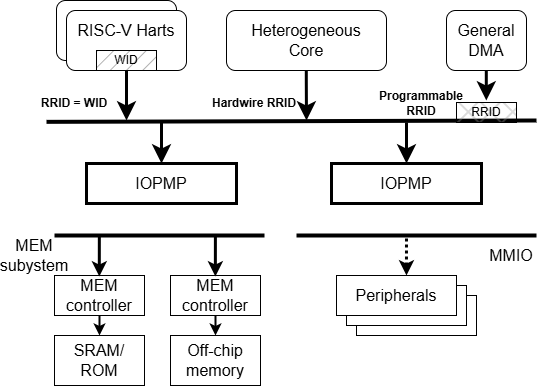
The draw.io diagram images/rrid_source_example.drawio.png in tyshyu/iopmp-spec, before a commit. Source tidied: cells renumbered, new cells last; positions are measured from the earlier drawing's top-left corner, leaving out a move shared by most shapes. Its diagram source:
```xml
<mxGraphModel>
  <root>
    <mxCell id="0" />
    <mxCell id="1" parent="0" />
    <mxCell id="2" style="edgeStyle=orthogonalEdgeStyle;rounded=0;jettySize=auto;html=1;exitX=0.5;exitY=1;exitDx=0;exitDy=0;strokeWidth=3;endArrow=classic;endFill=1;startSize=6;endSize=10;fontStyle=0;" parent="1" edge="1" source="15">
      <mxGeometry relative="1" as="geometry">
        <mxPoint x="122" y="120" as="targetPoint" />
      </mxGeometry>
    </mxCell>
    <mxCell id="3" value="&lt;font style=&quot;font-size: 16px;&quot;&gt;&lt;span&gt;Heterogeneous&lt;/span&gt;&lt;/font&gt;&lt;div&gt;&lt;font style=&quot;font-size: 16px;&quot;&gt;&lt;span&gt;Core&lt;/span&gt;&lt;/font&gt;&lt;/div&gt;" style="rounded=1;whiteSpace=wrap;html=1;fontStyle=0;" parent="1" vertex="1">
      <mxGeometry x="222" y="10" width="160" height="60" as="geometry" />
    </mxCell>
    <mxCell id="4" value="&lt;font style=&quot;font-size: 16px;&quot;&gt;&lt;span&gt;General&lt;/span&gt;&lt;/font&gt;&lt;div&gt;&lt;font style=&quot;font-size: 16px;&quot;&gt;&lt;span&gt;DMA&lt;/span&gt;&lt;/font&gt;&lt;/div&gt;" style="rounded=1;whiteSpace=wrap;html=1;fontStyle=0;" parent="1" vertex="1">
      <mxGeometry x="442" y="10" width="80" height="60" as="geometry" />
    </mxCell>
    <mxCell id="5" value="&lt;font style=&quot;font-size: 16px;&quot;&gt;Peripherals&lt;/font&gt;" style="rounded=0;whiteSpace=wrap;html=1;fontStyle=0;" parent="1" vertex="1">
      <mxGeometry x="352" y="295" width="120" height="40" as="geometry" />
    </mxCell>
    <mxCell id="6" value="&lt;font style=&quot;font-size: 16px;&quot;&gt;Peripherals&lt;/font&gt;" style="rounded=0;whiteSpace=wrap;html=1;fontStyle=0;" parent="1" vertex="1">
      <mxGeometry x="342" y="285" width="120" height="40" as="geometry" />
    </mxCell>
    <mxCell id="7" style="edgeStyle=orthogonalEdgeStyle;rounded=0;jettySize=auto;html=1;exitX=0.583;exitY=0;exitDx=0;exitDy=0;startArrow=classic;startFill=1;endArrow=none;endFill=0;strokeWidth=3;dashed=1;dashPattern=1 1;exitPerimeter=0;fontStyle=0;" parent="1" edge="1" source="8">
      <mxGeometry relative="1" as="geometry">
        <mxPoint x="402" y="235" as="targetPoint" />
      </mxGeometry>
    </mxCell>
    <mxCell id="8" value="&lt;font style=&quot;font-size: 16px;&quot;&gt;Peripherals&lt;/font&gt;" style="rounded=0;whiteSpace=wrap;html=1;fontStyle=0;" parent="1" vertex="1">
      <mxGeometry x="332" y="275" width="120" height="40" as="geometry" />
    </mxCell>
    <mxCell id="9" value="&lt;font style=&quot;font-size: 16px;&quot;&gt;MEM&lt;/font&gt;&lt;div&gt;&lt;span style=&quot;font-size: 16px;&quot;&gt;controller&lt;/span&gt;&lt;/div&gt;" style="rounded=0;whiteSpace=wrap;html=1;fontStyle=0;" parent="1" vertex="1">
      <mxGeometry x="50" y="275" width="90" height="40" as="geometry" />
    </mxCell>
    <mxCell id="10" value="&lt;span style=&quot;font-size: 16px;&quot;&gt;SRAM/&lt;/span&gt;&lt;div&gt;&lt;span style=&quot;font-size: 16px;&quot;&gt;ROM&lt;/span&gt;&lt;/div&gt;" style="rounded=0;whiteSpace=wrap;html=1;fontStyle=0;" parent="1" vertex="1">
      <mxGeometry x="50" y="335" width="90" height="50" as="geometry" />
    </mxCell>
    <mxCell id="11" value="&lt;span style=&quot;font-size: 16px;&quot;&gt;Off-chip&lt;/span&gt;&lt;div&gt;&lt;span style=&quot;font-size: 16px;&quot;&gt;memory&lt;/span&gt;&lt;/div&gt;" style="rounded=0;whiteSpace=wrap;html=1;fontStyle=0;" parent="1" vertex="1">
      <mxGeometry x="166" y="335" width="90" height="50" as="geometry" />
    </mxCell>
    <mxCell id="12" style="edgeStyle=orthogonalEdgeStyle;rounded=0;jettySize=auto;html=1;exitX=0.5;exitY=1;exitDx=0;exitDy=0;entryX=0.5;entryY=0;entryDx=0;entryDy=0;strokeWidth=2;fontStyle=0;" parent="1" edge="1" source="9" target="10">
      <mxGeometry relative="1" as="geometry" />
    </mxCell>
    <mxCell id="13" value="&lt;font style=&quot;font-size: 16px;&quot;&gt;&lt;span&gt;RISC-V Harts&lt;/span&gt;&lt;/font&gt;" style="rounded=1;whiteSpace=wrap;html=1;fontStyle=0;" parent="1" vertex="1">
      <mxGeometry x="52" width="120" height="60" as="geometry" />
    </mxCell>
    <mxCell id="14" style="edgeStyle=orthogonalEdgeStyle;rounded=0;jettySize=auto;html=1;exitX=0.5;exitY=1;exitDx=0;exitDy=0;strokeWidth=2;entryX=0.5;entryY=0;entryDx=0;entryDy=0;fontStyle=0;" parent="1" edge="1" source="20" target="11">
      <mxGeometry relative="1" as="geometry" />
    </mxCell>
    <mxCell id="15" value="&lt;font style=&quot;font-size: 16px;&quot;&gt;&lt;span&gt;RISC-V Harts&lt;/span&gt;&lt;/font&gt;&lt;div&gt;&lt;font style=&quot;font-size: 16px;&quot;&gt;&lt;span&gt;&lt;br&gt;&lt;/span&gt;&lt;/font&gt;&lt;/div&gt;" style="rounded=1;whiteSpace=wrap;html=1;fontStyle=0;" parent="1" vertex="1">
      <mxGeometry x="62" y="10" width="120" height="60" as="geometry" />
    </mxCell>
    <mxCell id="16" style="endArrow=none;startArrow=none;html=1;rounded=0;strokeWidth=4;startFill=0;endFill=0;fontStyle=0;" parent="1" edge="1">
      <mxGeometry relative="1" as="geometry">
        <mxPoint x="42" y="121.4" as="sourcePoint" />
        <mxPoint x="532" y="120" as="targetPoint" />
      </mxGeometry>
    </mxCell>
    <mxCell id="17" style="endArrow=none;startArrow=none;html=1;rounded=0;strokeWidth=4;startFill=0;endFill=0;fontStyle=0;" parent="1" edge="1">
      <mxGeometry relative="1" as="geometry">
        <mxPoint x="292" y="235" as="sourcePoint" />
        <mxPoint x="532" y="235" as="targetPoint" />
      </mxGeometry>
    </mxCell>
    <mxCell id="18" value="WID" style="rounded=0;whiteSpace=wrap;html=1;fillStyle=hatch;gradientColor=none;fillColor=#999999;fontStyle=0;" parent="1" vertex="1">
      <mxGeometry x="92" y="50" width="60" height="20" as="geometry" />
    </mxCell>
    <mxCell id="19" value="&lt;span style=&quot;font-size: 16px;&quot;&gt;MEM&lt;br&gt;subystem&lt;br&gt;&lt;/span&gt;" style="text;html=1;align=center;verticalAlign=middle;whiteSpace=wrap;rounded=0;fontStyle=0;" parent="1" vertex="1">
      <mxGeometry y="240" width="60" height="30" as="geometry" />
    </mxCell>
    <mxCell id="20" value="&lt;span style=&quot;font-size: 16px;&quot;&gt;MEM&lt;/span&gt;&lt;br&gt;&lt;div&gt;&lt;span style=&quot;font-size: 16px;&quot;&gt;controller&lt;/span&gt;&lt;/div&gt;" style="rounded=0;whiteSpace=wrap;html=1;fontStyle=0;" parent="1" vertex="1">
      <mxGeometry x="166" y="275" width="90" height="40" as="geometry" />
    </mxCell>
    <mxCell id="21" value="&lt;font style=&quot;font-size: 12px;&quot;&gt;RRID = WID&lt;/font&gt;" style="text;html=1;align=center;verticalAlign=middle;whiteSpace=wrap;rounded=0;fontStyle=1;" parent="1" vertex="1">
      <mxGeometry x="22" y="88" width="96" height="30" as="geometry" />
    </mxCell>
    <mxCell id="22" style="edgeStyle=orthogonalEdgeStyle;rounded=0;orthogonalLoop=1;jettySize=auto;html=1;exitX=0.5;exitY=1;exitDx=0;exitDy=0;strokeWidth=3;endArrow=classic;endFill=1;startSize=6;endSize=10;fontStyle=0;" parent="1" edge="1">
      <mxGeometry relative="1" as="geometry">
        <mxPoint x="301.8" y="70" as="sourcePoint" />
        <mxPoint x="302" y="120" as="targetPoint" />
        <Array as="points">
          <mxPoint x="302" y="80" />
          <mxPoint x="302" y="80" />
        </Array>
      </mxGeometry>
    </mxCell>
    <mxCell id="23" style="edgeStyle=orthogonalEdgeStyle;rounded=0;orthogonalLoop=1;jettySize=auto;html=1;exitX=0.5;exitY=1;exitDx=0;exitDy=0;strokeWidth=3;endArrow=classic;endFill=1;startSize=6;endSize=10;fontStyle=0;" parent="1" edge="1">
      <mxGeometry relative="1" as="geometry">
        <mxPoint x="481.8" y="70" as="sourcePoint" />
        <mxPoint x="481.8" y="100" as="targetPoint" />
      </mxGeometry>
    </mxCell>
    <mxCell id="24" value="&lt;span style=&quot;font-size: 16px;&quot;&gt;&lt;span&gt;IOPMP&lt;/span&gt;&lt;/span&gt;" style="rounded=0;whiteSpace=wrap;html=1;strokeWidth=3;fontStyle=0;" parent="1" vertex="1">
      <mxGeometry x="82" y="163" width="150" height="40" as="geometry" />
    </mxCell>
    <mxCell id="25" value="&lt;span style=&quot;font-size: 16px;&quot;&gt;&lt;span&gt;IOPMP&lt;/span&gt;&lt;/span&gt;" style="rounded=0;whiteSpace=wrap;html=1;strokeWidth=3;fontStyle=0;" parent="1" vertex="1">
      <mxGeometry x="327" y="163" width="150" height="40" as="geometry" />
    </mxCell>
    <mxCell id="26" style="endArrow=none;startArrow=none;html=1;rounded=0;strokeWidth=4;startFill=0;endFill=0;fontStyle=0;" parent="1" edge="1">
      <mxGeometry relative="1" as="geometry">
        <mxPoint x="50" y="235" as="sourcePoint" />
        <mxPoint x="260" y="235" as="targetPoint" />
      </mxGeometry>
    </mxCell>
    <mxCell id="27" style="edgeStyle=orthogonalEdgeStyle;rounded=0;orthogonalLoop=1;jettySize=auto;html=1;exitX=0.583;exitY=0;exitDx=0;exitDy=0;startArrow=classic;startFill=1;endArrow=none;endFill=0;strokeWidth=3;exitPerimeter=0;fontStyle=0;" parent="1" edge="1">
      <mxGeometry relative="1" as="geometry">
        <mxPoint x="210.9" y="276" as="sourcePoint" />
        <mxPoint x="210.9" y="236" as="targetPoint" />
      </mxGeometry>
    </mxCell>
    <mxCell id="28" style="edgeStyle=orthogonalEdgeStyle;rounded=0;orthogonalLoop=1;jettySize=auto;html=1;exitX=0.583;exitY=0;exitDx=0;exitDy=0;startArrow=classic;startFill=1;endArrow=none;endFill=0;strokeWidth=3;exitPerimeter=0;fontStyle=0;" parent="1" edge="1">
      <mxGeometry relative="1" as="geometry">
        <mxPoint x="94.8" y="276" as="sourcePoint" />
        <mxPoint x="94.8" y="236" as="targetPoint" />
      </mxGeometry>
    </mxCell>
    <mxCell id="29" value="&lt;font style=&quot;font-size: 16px;&quot;&gt;MMIO&lt;/font&gt;" style="text;html=1;align=center;verticalAlign=middle;whiteSpace=wrap;rounded=0;fontStyle=0;" parent="1" vertex="1">
      <mxGeometry x="477" y="240" width="60" height="30" as="geometry" />
    </mxCell>
    <mxCell id="30" value="RRID" style="rounded=0;whiteSpace=wrap;html=1;fillStyle=cross-hatch;gradientColor=none;fillColor=#999999;fontStyle=0;" parent="1" vertex="1">
      <mxGeometry x="452" y="102" width="60" height="20" as="geometry" />
    </mxCell>
    <mxCell id="31" style="edgeStyle=orthogonalEdgeStyle;rounded=0;jettySize=auto;html=1;strokeWidth=3;endArrow=classic;endFill=1;startSize=6;endSize=10;entryX=0.5;entryY=0;entryDx=0;entryDy=0;fontStyle=0;" parent="1" edge="1" target="24">
      <mxGeometry relative="1" as="geometry">
        <mxPoint x="157" y="122" as="sourcePoint" />
        <Array as="points">
          <mxPoint x="157" y="130" />
          <mxPoint x="157" y="130" />
        </Array>
      </mxGeometry>
    </mxCell>
    <mxCell id="32" style="edgeStyle=orthogonalEdgeStyle;rounded=0;orthogonalLoop=1;jettySize=auto;html=1;strokeWidth=3;endArrow=classic;endFill=1;startSize=6;endSize=10;entryX=0.5;entryY=0;entryDx=0;entryDy=0;fontStyle=0;" parent="1" edge="1">
      <mxGeometry relative="1" as="geometry">
        <mxPoint x="402" y="122" as="sourcePoint" />
        <mxPoint x="402" y="163" as="targetPoint" />
        <Array as="points">
          <mxPoint x="402" y="130" />
          <mxPoint x="402" y="130" />
        </Array>
      </mxGeometry>
    </mxCell>
    <mxCell id="33" value="&lt;font style=&quot;font-size: 12px;&quot;&gt;Hardwire RRID&lt;/font&gt;" style="text;html=1;align=center;verticalAlign=middle;whiteSpace=wrap;rounded=0;fontStyle=1;" parent="1" vertex="1">
      <mxGeometry x="202" y="88" width="96" height="30" as="geometry" />
    </mxCell>
    <mxCell id="34" value="Programmable&lt;br&gt;RRID" style="text;html=1;align=center;verticalAlign=middle;whiteSpace=wrap;rounded=0;fontStyle=1;" parent="1" vertex="1">
      <mxGeometry x="382" y="88" width="70" height="30" as="geometry" />
    </mxCell>
  </root>
</mxGraphModel>
```
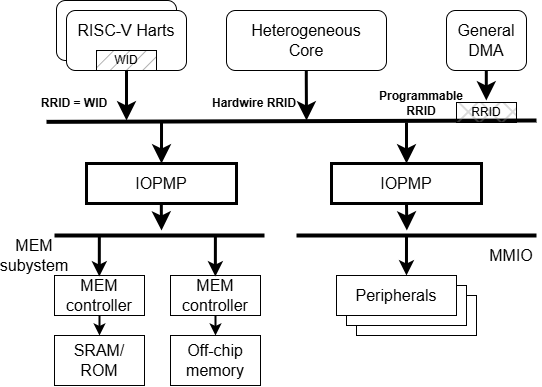
Above is the later version.

Commit message:
spec: address TY review comments

What changed in the source:
```diff
@@ -19,7 +19,7 @@
     <mxCell id="6" value="&lt;font style=&quot;font-size: 16px;&quot;&gt;Peripherals&lt;/font&gt;" style="rounded=0;whiteSpace=wrap;html=1;fontStyle=0;" parent="1" vertex="1">
       <mxGeometry x="342" y="285" width="120" height="40" as="geometry" />
     </mxCell>
-    <mxCell id="7" style="edgeStyle=orthogonalEdgeStyle;rounded=0;jettySize=auto;html=1;exitX=0.583;exitY=0;exitDx=0;exitDy=0;startArrow=classic;startFill=1;endArrow=none;endFill=0;strokeWidth=3;dashed=1;dashPattern=1 1;exitPerimeter=0;fontStyle=0;" parent="1" edge="1" source="8">
+    <mxCell id="7" style="edgeStyle=orthogonalEdgeStyle;rounded=0;jettySize=auto;html=1;exitX=0.583;exitY=0;exitDx=0;exitDy=0;startArrow=classic;startFill=1;endArrow=none;endFill=0;strokeWidth=3;exitPerimeter=0;fontStyle=0;" parent="1" edge="1" source="8">
       <mxGeometry relative="1" as="geometry">
         <mxPoint x="402" y="235" as="targetPoint" />
       </mxGeometry>
@@ -91,6 +91,11 @@
     <mxCell id="24" value="&lt;span style=&quot;font-size: 16px;&quot;&gt;&lt;span&gt;IOPMP&lt;/span&gt;&lt;/span&gt;" style="rounded=0;whiteSpace=wrap;html=1;strokeWidth=3;fontStyle=0;" parent="1" vertex="1">
       <mxGeometry x="82" y="163" width="150" height="40" as="geometry" />
     </mxCell>
+    <mxCell id="35" style="edgeStyle=none;html=1;exitX=0.5;exitY=1;exitDx=0;exitDy=0;rounded=0;strokeWidth=3;endFill=1;startSize=6;endSize=10;fontStyle=0;" parent="1" edge="1" source="25">
+      <mxGeometry relative="1" as="geometry">
+        <mxPoint x="402.3" y="230" as="targetPoint" />
+      </mxGeometry>
+    </mxCell>
     <mxCell id="25" value="&lt;span style=&quot;font-size: 16px;&quot;&gt;&lt;span&gt;IOPMP&lt;/span&gt;&lt;/span&gt;" style="rounded=0;whiteSpace=wrap;html=1;strokeWidth=3;fontStyle=0;" parent="1" vertex="1">
       <mxGeometry x="327" y="163" width="150" height="40" as="geometry" />
     </mxCell>
@@ -143,5 +148,15 @@
     <mxCell id="34" value="Programmable&lt;br&gt;RRID" style="text;html=1;align=center;verticalAlign=middle;whiteSpace=wrap;rounded=0;fontStyle=1;" parent="1" vertex="1">
       <mxGeometry x="382" y="88" width="70" height="30" as="geometry" />
     </mxCell>
+    <mxCell id="36" style="edgeStyle=orthogonalEdgeStyle;rounded=0;orthogonalLoop=1;jettySize=auto;html=1;strokeWidth=3;endArrow=classic;endFill=1;startSize=6;endSize=10;fontStyle=0;" parent="1" edge="1">
+      <mxGeometry relative="1" as="geometry">
+        <mxPoint x="156.8" y="203" as="sourcePoint" />
+        <mxPoint x="157" y="230" as="targetPoint" />
+        <Array as="points">
+          <mxPoint x="156.8" y="211" />
+          <mxPoint x="156.8" y="211" />
+        </Array>
+      </mxGeometry>
+    </mxCell>
   </root>
 </mxGraphModel>
```
